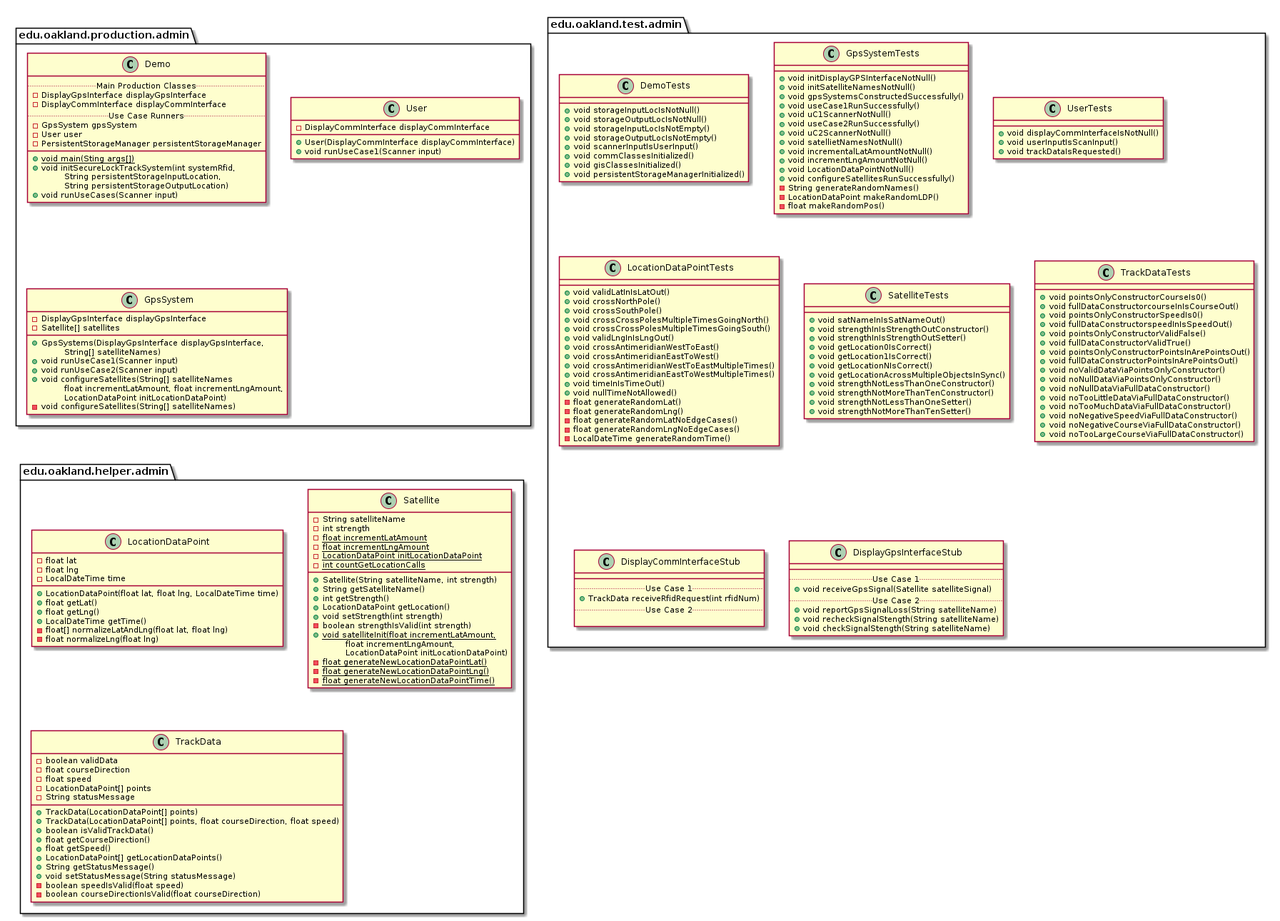
This is docs/uml-class-diagrams/admin/AdminPackages.png from andrewdimmer/csi-3370-software-project, a PlantUML export, as it was before one commit.
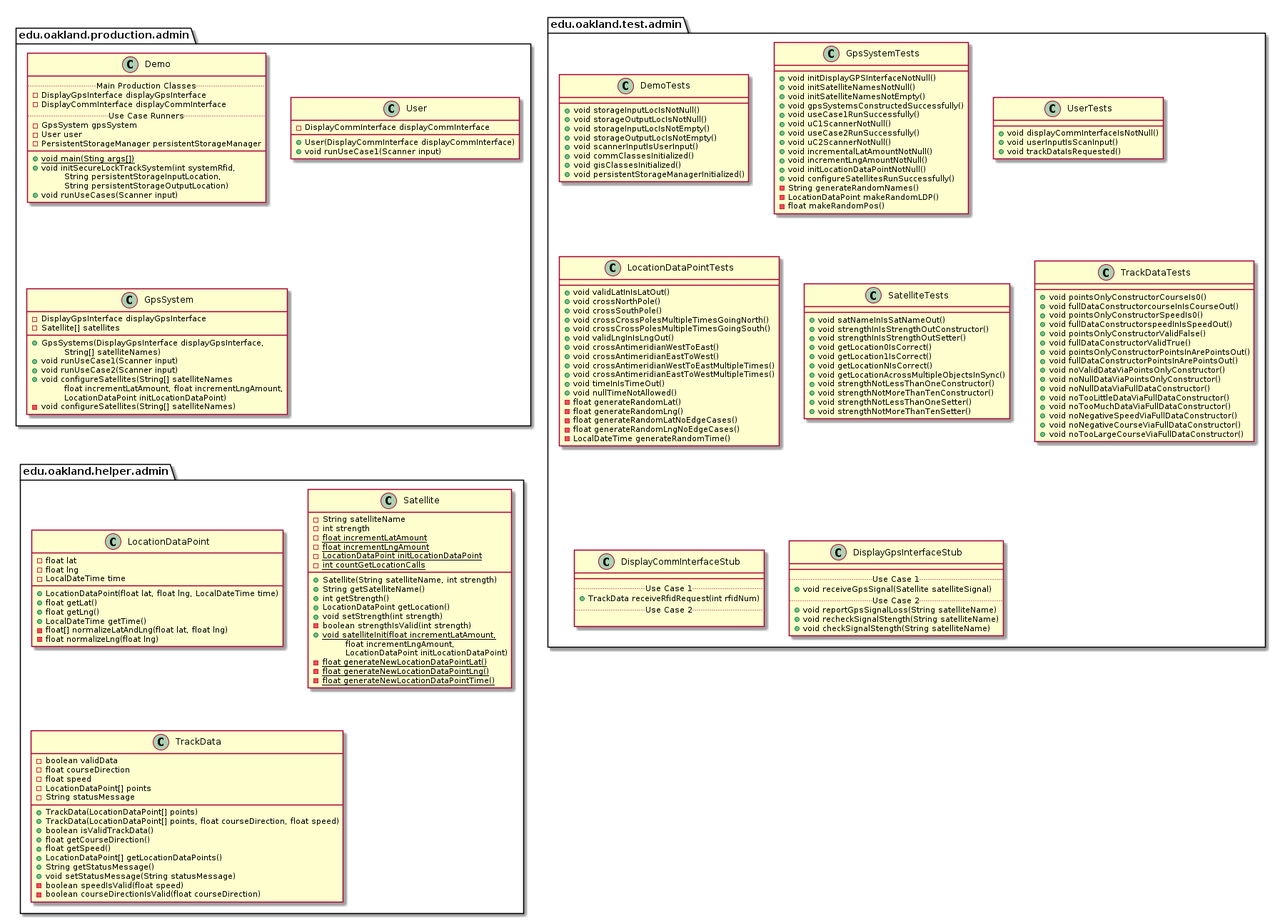
Above is the later version.

The edit, as a diff of the source:
```diff
@@ -75,15 +75,15 @@
     class GpsSystemTests {
         + void initDisplayGPSInterfaceNotNull()
         + void initSatelliteNamesNotNull()
+        + void initSatelliteNamesNotEmpty()
         + void gpsSystemsConstructedSuccessfully()
         + void useCase1RunSuccessfully()
         + void uC1ScannerNotNull()
         + void useCase2RunSuccessfully()
         + void uC2ScannerNotNull()
-        + void satellietNamesNotNull()
         + void incrementalLatAmountNotNull()
         + void incrementLngAmountNotNull()
-        + void LocationDataPointNotNull()
+        + void initLocationDataPointNotNull()
         + void configureSatellitesRunSuccessfully()
         - String generateRandomNames()
         - LocationDataPoint makeRandomLDP()
```
